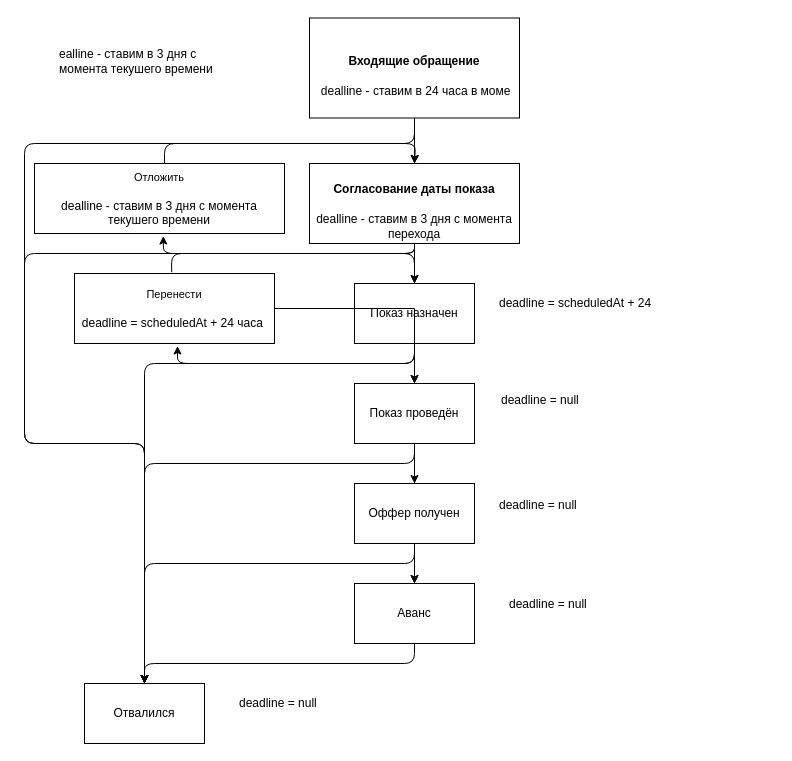
This is buyers/Untitled Diagram.drawio from Legion112/homeapp-clients-diagrams, a draw.io file, before an edit. Source tidied: cells renumbered, new cells numbered last; positions are measured from the earlier drawing's top-left corner, leaving out a move shared by most shapes. Both pictures are drawn from the tidied source at 100%, with x=0, y=0 at pixel (24, 17).
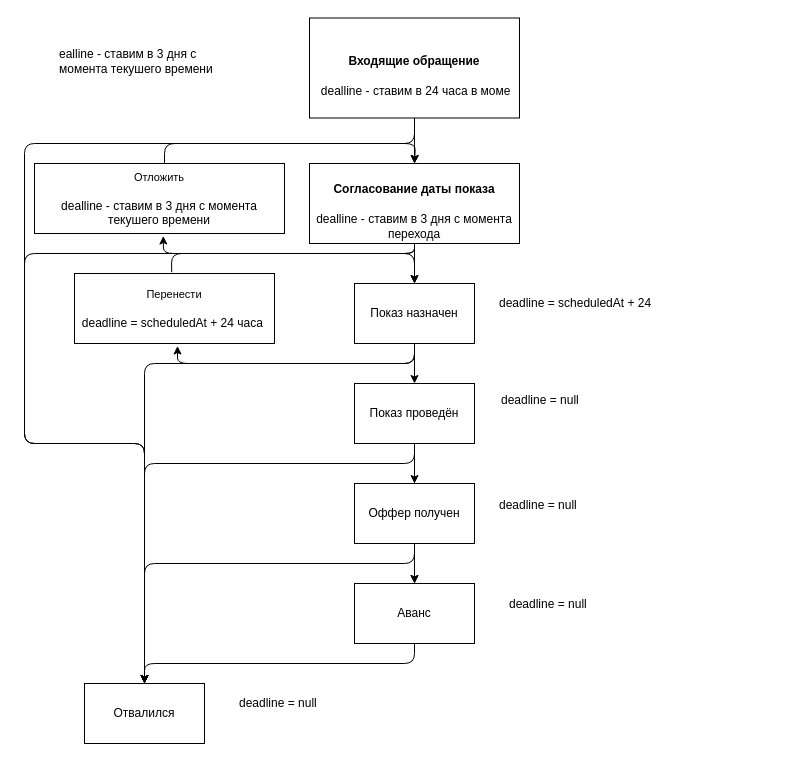
The same diagram, later.

The change refers to these unchanged cells:
```xml
<mxCell id="8" value="Показ проведён" style="rounded=0;whiteSpace=wrap;html=1;" parent="1" vertex="1">
  <mxGeometry x="330" y="366" width="120" height="60" as="geometry" />
</mxCell>
<mxCell id="32" value="&lt;span style=&quot;font-size: 11px ; background-color: rgb(255 , 255 , 255)&quot;&gt;Перенести&lt;/span&gt;&lt;span style=&quot;font-size: 11px ; background-color: rgb(255 , 255 , 255)&quot;&gt;&lt;br&gt;&lt;/span&gt;&lt;br style=&quot;text-align: left&quot;&gt;&lt;span style=&quot;text-align: left&quot;&gt;deadline =&amp;nbsp;&lt;/span&gt;&lt;span style=&quot;text-align: left&quot;&gt;scheduledAt + 24 часа&amp;nbsp;&lt;/span&gt;&lt;span style=&quot;font-size: 11px ; background-color: rgb(255 , 255 , 255)&quot;&gt;&lt;br&gt;&lt;/span&gt;" style="rounded=0;whiteSpace=wrap;html=1;" parent="1" vertex="1">
  <mxGeometry x="50" y="256" width="200" height="70" as="geometry" />
</mxCell>
```

The edit, as a diff of the source:
```diff
@@
-    <mxCell id="31" style="edgeStyle=orthogonalEdgeStyle;rounded=0;jettySize=auto;html=1;" parent="1" edge="1" source="32" target="8">
-      <mxGeometry relative="1" as="geometry" />
-    </mxCell>
```
